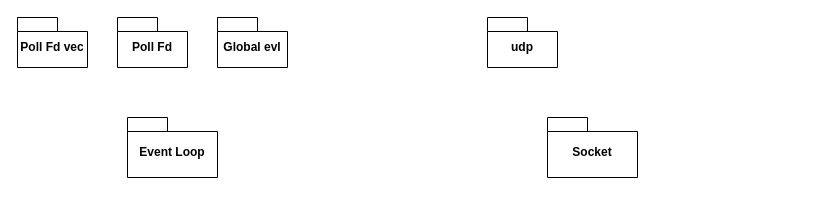
The draw.io diagram page "Page-2" (2 of 2) of docs/architecture.drawio in KubaTaba1uga/c_minilib_sip_ua, before the edit. Source tidied: cells renumbered, new cells numbered last; positions are measured from the earlier drawing's top-left corner, leaving out a move shared by most shapes. Both pictures are drawn from the tidied source at 100%, with x=0, y=0 at pixel (17, 17).
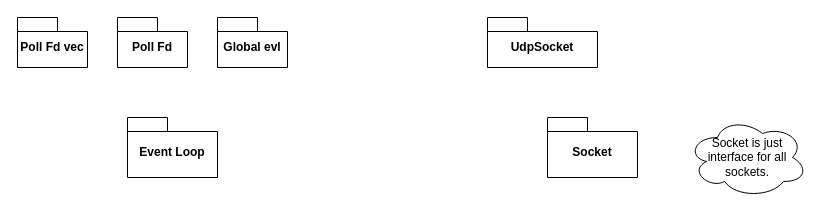
Above is the later version.

Change to the diagram source:
```diff
@@
 <mxGraphModel>
   <root>
     <mxCell id="0" />
     <mxCell id="1" parent="0" />
     <mxCell id="2" value="Event Loop" style="shape=folder;fontStyle=1;spacingTop=10;tabWidth=40;tabHeight=14;tabPosition=left;html=1;whiteSpace=wrap;" parent="1" vertex="1">
       <mxGeometry x="110" y="100" width="90" height="60" as="geometry" />
     </mxCell>
     <mxCell id="3" value="Socket" style="shape=folder;fontStyle=1;spacingTop=10;tabWidth=40;tabHeight=14;tabPosition=left;html=1;whiteSpace=wrap;" parent="1" vertex="1">
       <mxGeometry x="530" y="100" width="90" height="60" as="geometry" />
     </mxCell>
     <mxCell id="4" value="Poll Fd" style="shape=folder;fontStyle=1;spacingTop=10;tabWidth=40;tabHeight=14;tabPosition=left;html=1;whiteSpace=wrap;" parent="1" vertex="1">
       <mxGeometry x="100" width="70" height="50" as="geometry" />
     </mxCell>
     <mxCell id="5" value="Poll Fd vec" style="shape=folder;fontStyle=1;spacingTop=10;tabWidth=40;tabHeight=14;tabPosition=left;html=1;whiteSpace=wrap;" parent="1" vertex="1">
       <mxGeometry width="70" height="50" as="geometry" />
     </mxCell>
     <mxCell id="6" value="Global evl" style="shape=folder;fontStyle=1;spacingTop=10;tabWidth=40;tabHeight=14;tabPosition=left;html=1;whiteSpace=wrap;" parent="1" vertex="1">
       <mxGeometry x="200" width="70" height="50" as="geometry" />
     </mxCell>
-    <mxCell id="7" value="udp" style="shape=folder;fontStyle=1;spacingTop=10;tabWidth=40;tabHeight=14;tabPosition=left;html=1;whiteSpace=wrap;" parent="1" vertex="1">
-      <mxGeometry x="470" width="70" height="50" as="geometry" />
+    <mxCell id="7" value="UdpSocket" style="shape=folder;fontStyle=1;spacingTop=10;tabWidth=40;tabHeight=14;tabPosition=left;html=1;whiteSpace=wrap;" parent="1" vertex="1">
+      <mxGeometry x="470" width="110" height="50" as="geometry" />
     </mxCell>
+    <mxCell id="8" value="Socket is just interface for all sockets." style="ellipse;shape=cloud;whiteSpace=wrap;html=1;" parent="1" vertex="1">
+      <mxGeometry x="670" y="100" width="120" height="80" as="geometry" />
+    </mxCell>
   </root>
 </mxGraphModel>
```
